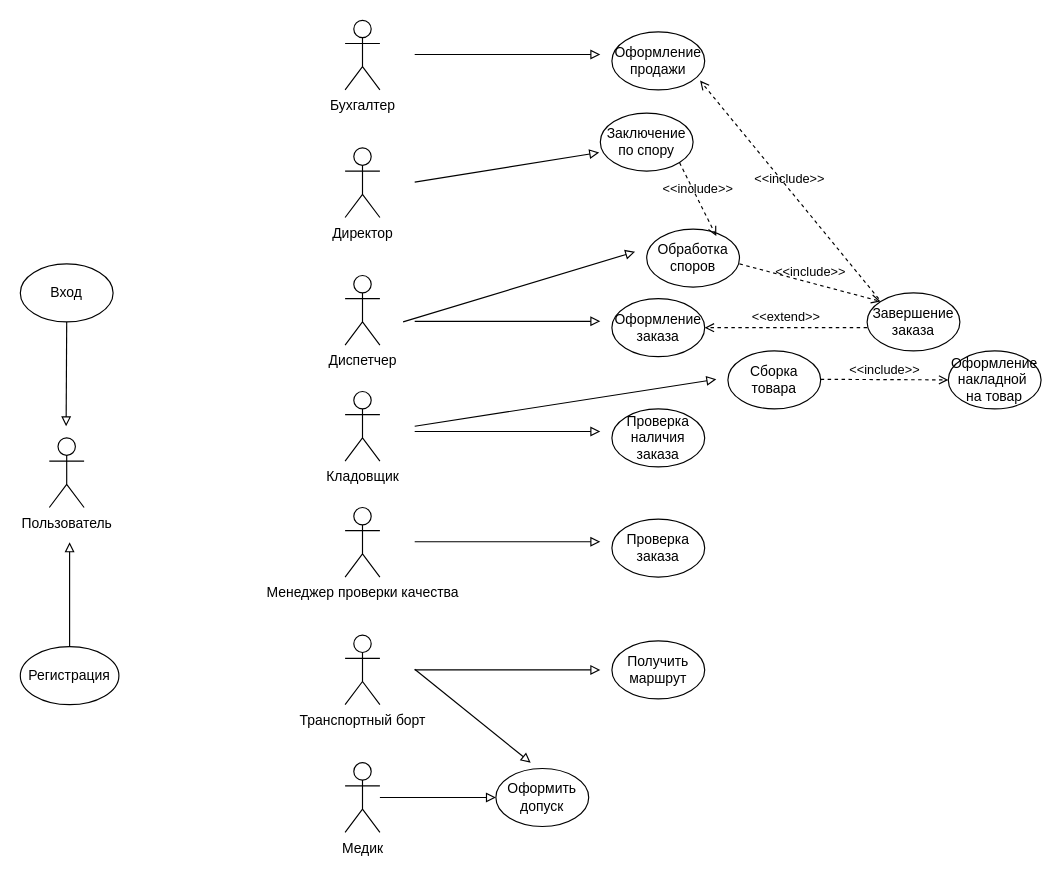
Before: Диаграмма без названия2.drawio in vadisflyer/katacoda-scenarios, a draw.io diagram. Source tidied: cells renumbered, new cells numbered last; positions are measured from the earlier drawing's top-left corner, leaving out a move shared by most shapes. Both pictures are drawn from the tidied source at 116%, with x=0, y=0 at pixel (20, 20).
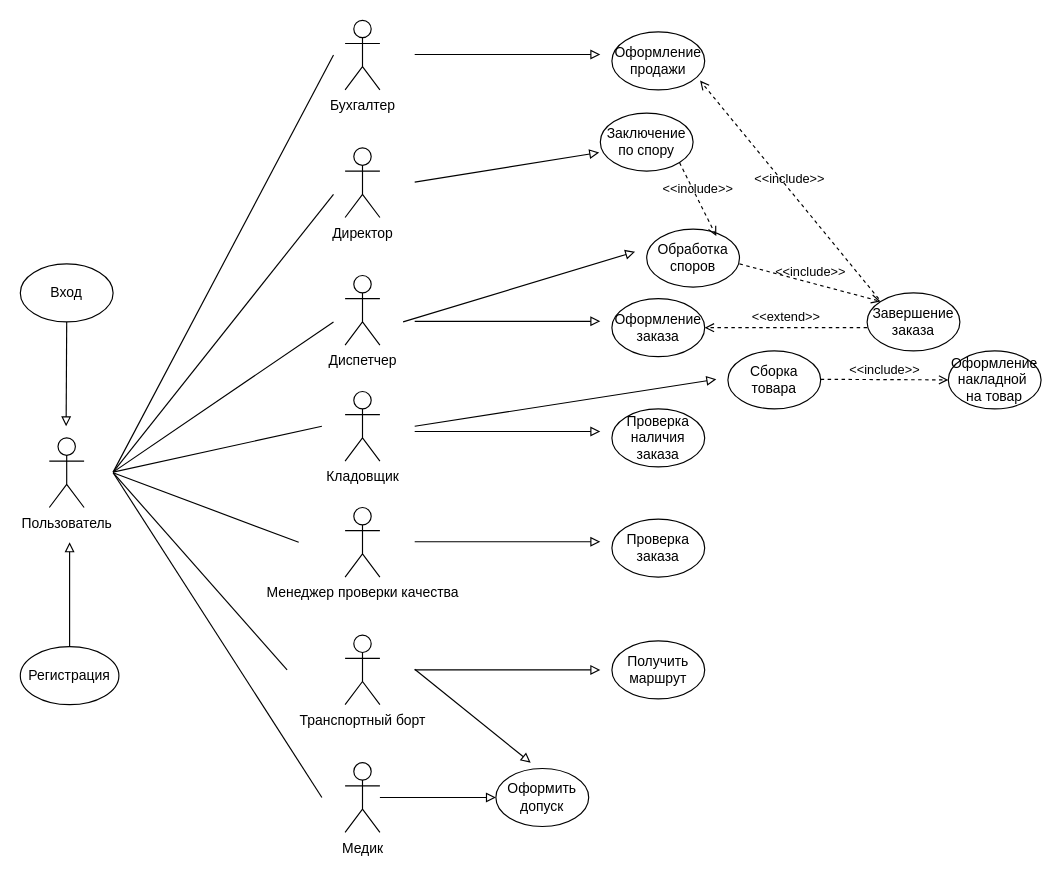
Above is the later version.

The edit, as a diff of the source:
```diff
@@
+    <mxCell id="40" style="html=1;verticalAlign=bottom;labelBackgroundColor=none;endArrow=none;endFill=0;rounded=0;" parent="1" edge="1">
+      <mxGeometry relative="1" as="geometry">
+        <mxPoint x="80" y="389.5" as="sourcePoint" />
+        <mxPoint x="260" y="350" as="targetPoint" />
+      </mxGeometry>
+    </mxCell>
+    <mxCell id="41" style="html=1;verticalAlign=bottom;labelBackgroundColor=none;endArrow=none;endFill=0;rounded=0;" parent="1" edge="1">
+      <mxGeometry relative="1" as="geometry">
+        <mxPoint x="80" y="390" as="sourcePoint" />
+        <mxPoint x="240" y="450" as="targetPoint" />
+      </mxGeometry>
+    </mxCell>
+    <mxCell id="42" style="html=1;verticalAlign=bottom;labelBackgroundColor=none;endArrow=none;endFill=0;rounded=0;" parent="1" edge="1">
+      <mxGeometry relative="1" as="geometry">
+        <mxPoint x="80" y="390" as="sourcePoint" />
+        <mxPoint x="230" y="560" as="targetPoint" />
+      </mxGeometry>
+    </mxCell>
+    <mxCell id="43" style="html=1;verticalAlign=bottom;labelBackgroundColor=none;endArrow=none;endFill=0;rounded=0;" parent="1" edge="1">
+      <mxGeometry relative="1" as="geometry">
+        <mxPoint x="80" y="390" as="sourcePoint" />
+        <mxPoint x="260" y="670" as="targetPoint" />
+      </mxGeometry>
+    </mxCell>
+    <mxCell id="44" style="html=1;verticalAlign=bottom;labelBackgroundColor=none;endArrow=none;endFill=0;rounded=0;" parent="1" edge="1">
+      <mxGeometry relative="1" as="geometry">
+        <mxPoint x="80" y="389.5" as="sourcePoint" />
+        <mxPoint x="270" y="260" as="targetPoint" />
+      </mxGeometry>
+    </mxCell>
+    <mxCell id="45" style="html=1;verticalAlign=bottom;labelBackgroundColor=none;endArrow=none;endFill=0;rounded=0;" parent="1" edge="1">
+      <mxGeometry relative="1" as="geometry">
+        <mxPoint x="80" y="389.5" as="sourcePoint" />
+        <mxPoint x="270" y="150" as="targetPoint" />
+      </mxGeometry>
+    </mxCell>
+    <mxCell id="46" style="html=1;verticalAlign=bottom;labelBackgroundColor=none;endArrow=none;endFill=0;rounded=0;" parent="1" edge="1">
+      <mxGeometry relative="1" as="geometry">
+        <mxPoint x="80" y="389.5" as="sourcePoint" />
+        <mxPoint x="270" y="30" as="targetPoint" />
+      </mxGeometry>
+    </mxCell>
```
